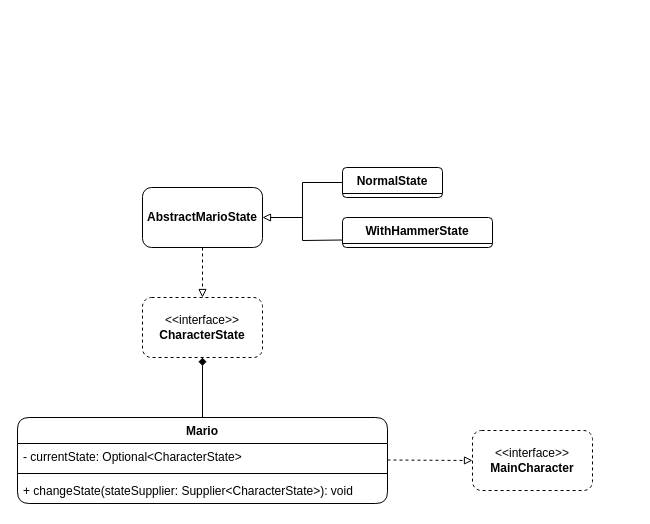
Above: report/drawio/MarioState.drawio in unibo-oop-projects/OOP24-AlessandroRebosio-FilippoRicciotti-Grace-GraziaBochdanovits-RenovateBot-coffeBreak (draw.io), before the change. Source tidied: cells renumbered, new cells numbered last; positions are measured from the earlier drawing's top-left corner, leaving out a move shared by most shapes. Both pictures are drawn from the tidied source at 100%, with x=0, y=0 at pixel (17, 167).
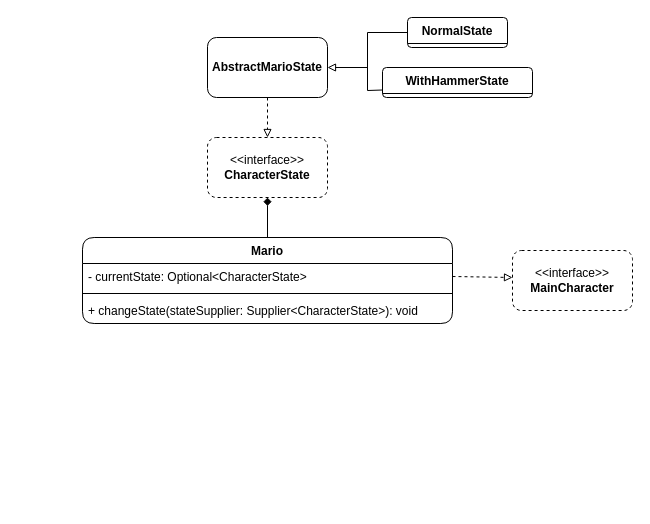
The same page after the edit.

The edit, as a diff of the source:
```diff
@@
 <mxGraphModel>
   <root>
     <mxCell id="0" />
     <mxCell id="1" parent="0" />
     <mxCell id="2" value="&amp;lt;&amp;lt;interface&amp;gt;&amp;gt;&lt;div&gt;&lt;b&gt;CharacterState&lt;/b&gt;&lt;/div&gt;" style="rounded=1;whiteSpace=wrap;html=1;dashed=1;" parent="1" vertex="1">
-      <mxGeometry x="125" y="130" width="120" height="60" as="geometry" />
+      <mxGeometry x="190" y="-30" width="120" height="60" as="geometry" />
     </mxCell>
     <mxCell id="3" value="&amp;lt;&amp;lt;interface&amp;gt;&amp;gt;&lt;div&gt;&lt;b&gt;MainCharacter&lt;/b&gt;&lt;/div&gt;" style="rounded=1;whiteSpace=wrap;html=1;dashed=1;" parent="1" vertex="1">
-      <mxGeometry x="455" y="263" width="120" height="60" as="geometry" />
+      <mxGeometry x="495" y="83" width="120" height="60" as="geometry" />
     </mxCell>
     <mxCell id="4" value="WithHammerState" style="swimlane;fontStyle=1;align=center;verticalAlign=top;horizontal=1;startSize=26;whiteSpace=wrap;html=1;rounded=1;" parent="1" vertex="1">
-      <mxGeometry x="325" y="50" width="150" height="30" as="geometry" />
+      <mxGeometry x="365" y="-100" width="150" height="30" as="geometry" />
     </mxCell>
     <mxCell id="5" value="Mario" style="swimlane;fontStyle=1;align=center;verticalAlign=top;horizontal=1;startSize=26;whiteSpace=wrap;html=1;rounded=1;" parent="1" vertex="1">
-      <mxGeometry y="250" width="370" height="86" as="geometry" />
+      <mxGeometry x="65" y="70" width="370" height="86" as="geometry" />
     </mxCell>
     <mxCell id="6" value="- currentState: Optional&amp;lt;CharacterState&amp;gt;" style="text;strokeColor=none;fillColor=none;align=left;verticalAlign=top;spacingLeft=4;spacingRight=4;overflow=hidden;points=[[0,0.5],[1,0.5]];portConstraint=eastwest;whiteSpace=wrap;html=1;" parent="5" vertex="1">
       <mxGeometry y="26" width="370" height="26" as="geometry" />
     </mxCell>
     <mxCell id="7" style="line;strokeWidth=1;fillColor=none;align=left;verticalAlign=middle;spacingTop=-1;spacingLeft=3;spacingRight=3;labelPosition=right;strokeColor=inherit;" parent="5" vertex="1">
       <mxGeometry y="52" width="370" height="8" as="geometry" />
     </mxCell>
     <mxCell id="8" value="+ changeState(stateSupplier: Supplier&amp;lt;CharacterState&amp;gt;): void" style="text;strokeColor=none;fillColor=none;align=left;verticalAlign=top;spacingLeft=4;spacingRight=4;overflow=hidden;whiteSpace=wrap;html=1;" parent="5" vertex="1">
       <mxGeometry y="60" width="370" height="26" as="geometry" />
     </mxCell>
     <mxCell id="9" value="&lt;b&gt;AbstractMarioState&lt;/b&gt;" style="html=1;whiteSpace=wrap;rounded=1;" parent="1" vertex="1">
-      <mxGeometry x="125" y="20" width="120" height="60" as="geometry" />
+      <mxGeometry x="190" y="-130" width="120" height="60" as="geometry" />
     </mxCell>
     <mxCell id="10" value="NormalState" style="swimlane;fontStyle=1;align=center;verticalAlign=top;horizontal=1;startSize=26;whiteSpace=wrap;html=1;rounded=1;" parent="1" vertex="1">
-      <mxGeometry x="325" width="100" height="30" as="geometry" />
+      <mxGeometry x="390" y="-150" width="100" height="30" as="geometry" />
     </mxCell>
-    <mxCell id="11" style="endArrow=block;html=1;rounded=0;endFill=0;entryX=0;entryY=0.5;entryDx=0;entryDy=0;dashed=1;" parent="1" edge="1" target="3">
+    <mxCell id="11" style="endArrow=block;html=1;rounded=0;endFill=0;dashed=1;exitX=1;exitY=0.5;exitDx=0;exitDy=0;" parent="1" edge="1" source="6">
       <mxGeometry relative="1" as="geometry">
-        <mxPoint x="370" y="292.5" as="sourcePoint" />
+        <mxPoint x="495" y="110" as="targetPoint" />
       </mxGeometry>
     </mxCell>
     <mxCell id="12" style="endArrow=block;html=1;rounded=0;exitX=0.5;exitY=1;exitDx=0;exitDy=0;entryX=0.5;entryY=0;entryDx=0;entryDy=0;endFill=0;dashed=1;" parent="1" edge="1" source="9" target="2">
       <mxGeometry relative="1" as="geometry" />
     </mxCell>
     <mxCell id="13" style="endArrow=diamond;html=1;rounded=0;exitX=0.5;exitY=0;exitDx=0;exitDy=0;entryX=0.5;entryY=1;entryDx=0;entryDy=0;endFill=1;" parent="1" edge="1" source="5" target="2">
       <mxGeometry relative="1" as="geometry" />
     </mxCell>
     <mxCell id="14" style="endArrow=block;html=1;rounded=0;exitX=0;exitY=0.5;exitDx=0;exitDy=0;entryX=1;entryY=0.5;entryDx=0;entryDy=0;endFill=0;" parent="1" edge="1" source="10" target="9">
       <mxGeometry relative="1" as="geometry">
         <Array as="points">
-          <mxPoint x="285" y="15" />
-          <mxPoint x="285" y="50" />
+          <mxPoint x="350" y="-135" />
+          <mxPoint x="350" y="-100" />
         </Array>
       </mxGeometry>
     </mxCell>
     <mxCell id="15" style="endArrow=none;html=1;rounded=0;entryX=0;entryY=0.75;entryDx=0;entryDy=0;" parent="1" edge="1" target="4">
       <mxGeometry relative="1" as="geometry">
-        <mxPoint x="285" y="40" as="sourcePoint" />
+        <mxPoint x="350" y="-110" as="sourcePoint" />
         <Array as="points">
-          <mxPoint x="285" y="73" />
+          <mxPoint x="350" y="-77" />
         </Array>
       </mxGeometry>
     </mxCell>
   </root>
 </mxGraphModel>
```
